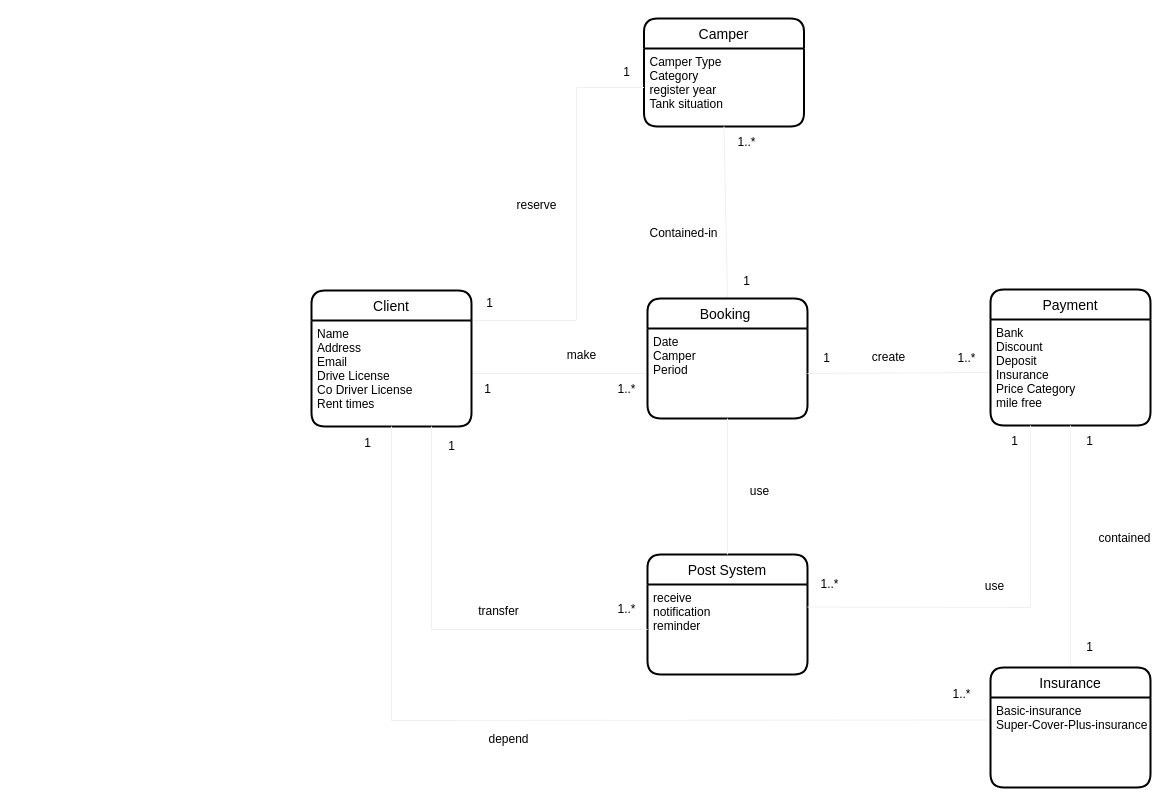
The draw.io diagram Document/Diagram/DomainModel.drawio in Fei-D20/The_Autocamper_rental_business, before the edit. Source tidied: cells renumbered, new cells numbered last; positions are measured from the earlier drawing's top-left corner, leaving out a move shared by most shapes. Both pictures are drawn from the tidied source at 100%, with x=0, y=0 at pixel (311, 18).
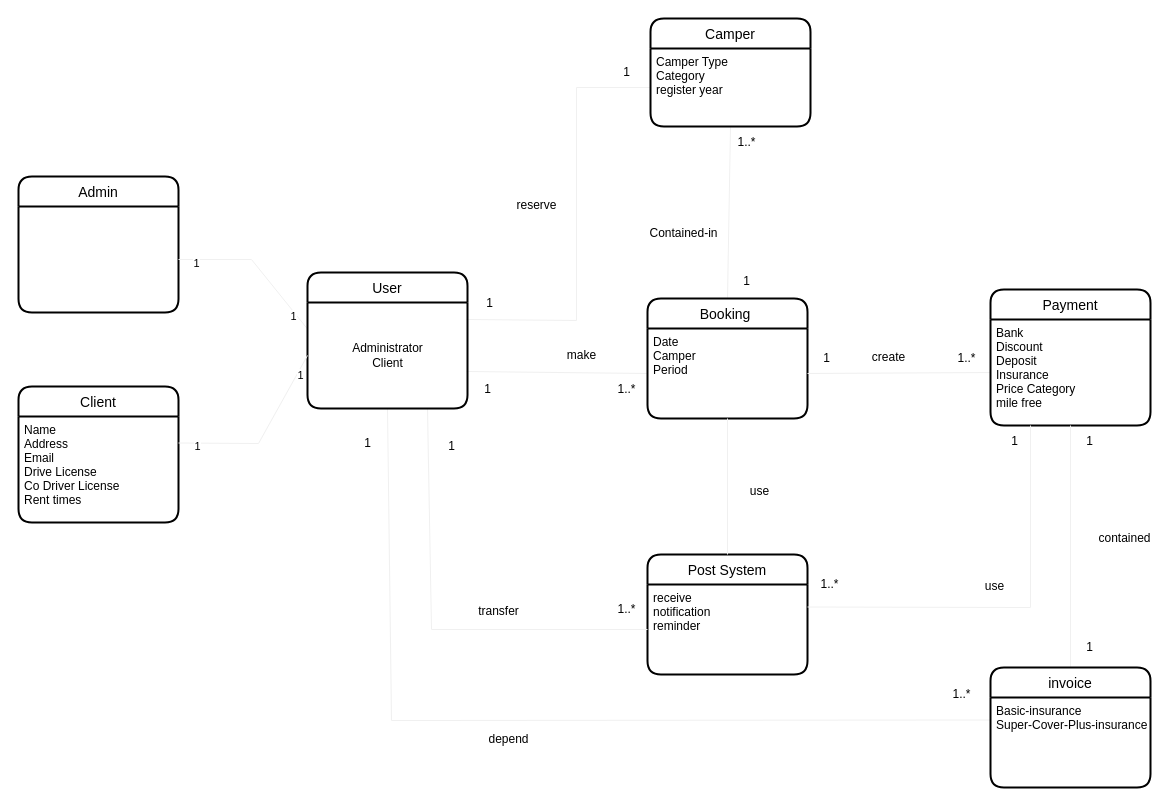
Above is the later version.

Unchanged cells that the change refers to:
```xml
<mxCell id="12" value="Date &#10;Camper&#10;Period" style="align=left;strokeColor=none;fillColor=none;spacingLeft=4;fontSize=12;verticalAlign=top;" parent="11" vertex="1">
  <mxGeometry y="30" width="160" height="90" as="geometry" />
</mxCell>
<mxCell id="35" value="receive&#10;notification&#10;reminder&#10;" style="align=left;strokeColor=none;fillColor=none;spacingLeft=4;fontSize=12;verticalAlign=top;" parent="34" vertex="1">
  <mxGeometry y="30" width="160" height="90" as="geometry" />
</mxCell>
<mxCell id="40" value="Basic-insurance&#10;Super-Cover-Plus-insurance" style="align=left;strokeColor=none;fillColor=none;spacingLeft=4;fontSize=12;verticalAlign=top;" parent="39" vertex="1">
  <mxGeometry y="30" width="160" height="90" as="geometry" />
</mxCell>
```

The edit, as a diff of the source:
```diff
@@
-    <mxCell id="3" value="Camper" style="swimlane;horizontal=1;startSize=30;rounded=1;fontSize=14;fontStyle=0;strokeWidth=2;shadow=0;dashed=0;align=center;" parent="1" vertex="1">
-      <mxGeometry x="332.5" width="160" height="108" as="geometry" />
-    </mxCell>
-    <mxCell id="4" value="Camper Type&#10;Category&#10;register year&#10;Tank situation" style="align=left;strokeColor=none;fillColor=none;spacingLeft=4;fontSize=12;verticalAlign=top;" parent="3" vertex="1">
-      <mxGeometry y="30" width="160" height="78" as="geometry" />
-    </mxCell>
@@
-    <mxCell id="7" style="endArrow=none;html=1;rounded=0;strokeColor=#f0f0f0;entryX=1;entryY=0;entryDx=0;entryDy=0;exitX=0;exitY=0.5;exitDx=0;exitDy=0;" parent="1" edge="1" source="4" target="18">
+    <mxCell id="7" style="endArrow=none;html=1;rounded=0;strokeColor=#f0f0f0;entryX=0.994;entryY=0.16;entryDx=0;entryDy=0;exitX=0;exitY=0.5;exitDx=0;exitDy=0;entryPerimeter=0;" parent="1" edge="1" source="4">
       <mxGeometry relative="1" as="geometry">
+        <mxPoint x="155" y="301" as="targetPoint" />
         <Array as="points">
           <mxPoint x="265" y="69" />
           <mxPoint x="265" y="302" />
         </Array>
       </mxGeometry>
     </mxCell>
@@
-    <mxCell id="10" style="endArrow=none;html=1;rounded=0;strokeColor=#f0f0f0;exitX=1;exitY=0.5;exitDx=0;exitDy=0;entryX=0;entryY=0.5;entryDx=0;entryDy=0;" parent="1" edge="1" source="18" target="12">
-      <mxGeometry relative="1" as="geometry" />
+    <mxCell id="10" style="endArrow=none;html=1;rounded=0;strokeColor=#f0f0f0;entryX=0;entryY=0.5;entryDx=0;entryDy=0;exitX=0.994;exitY=0.651;exitDx=0;exitDy=0;exitPerimeter=0;" parent="1" edge="1" target="12">
+      <mxGeometry relative="1" as="geometry">
+        <mxPoint x="155" y="353" as="sourcePoint" />
+      </mxGeometry>
     </mxCell>
@@
-    <mxCell id="17" value="Client" style="swimlane;horizontal=1;startSize=30;rounded=1;fontSize=14;fontStyle=0;strokeWidth=2;shadow=0;dashed=0;align=center;" parent="1" vertex="1">
-      <mxGeometry y="272" width="160" height="136" as="geometry" />
-    </mxCell>
-    <mxCell id="18" value="Name&#10;Address&#10;Email&#10;Drive License &#10;Co Driver License&#10;Rent times" style="align=left;strokeColor=none;fillColor=none;spacingLeft=4;fontSize=12;verticalAlign=top;" parent="17" vertex="1">
-      <mxGeometry y="30" width="160" height="106" as="geometry" />
-    </mxCell>
@@
-    <mxCell id="30" style="endArrow=none;html=1;rounded=0;strokeColor=#f0f0f0;entryX=0.5;entryY=1;entryDx=0;entryDy=0;exitX=0;exitY=0.25;exitDx=0;exitDy=0;" parent="1" edge="1" source="40" target="18">
+    <mxCell id="30" style="endArrow=none;html=1;rounded=0;strokeColor=#f0f0f0;entryX=0.5;entryY=1;entryDx=0;entryDy=0;exitX=0;exitY=0.25;exitDx=0;exitDy=0;" parent="1" edge="1" source="40">
       <mxGeometry relative="1" as="geometry">
+        <mxPoint x="76" y="390" as="targetPoint" />
         <Array as="points">
           <mxPoint x="80" y="702" />
         </Array>
       </mxGeometry>
     </mxCell>
@@
-    <mxCell id="39" value="Insurance" style="swimlane;horizontal=1;startSize=30;rounded=1;fontSize=14;fontStyle=0;strokeWidth=2;shadow=0;dashed=0;align=center;" parent="1" vertex="1">
+    <mxCell id="39" value="invoice" style="swimlane;horizontal=1;startSize=30;rounded=1;fontSize=14;fontStyle=0;strokeWidth=2;shadow=0;dashed=0;align=center;" parent="1" vertex="1">
       <mxGeometry x="679" y="649" width="160" height="120" as="geometry" />
     </mxCell>
@@
-    <mxCell id="44" style="endArrow=none;html=1;rounded=0;strokeColor=#f0f0f0;entryX=0.75;entryY=1;entryDx=0;entryDy=0;exitX=0;exitY=0.5;exitDx=0;exitDy=0;" parent="1" edge="1" source="35" target="18">
+    <mxCell id="44" style="endArrow=none;html=1;rounded=0;strokeColor=#f0f0f0;entryX=0.75;entryY=1;entryDx=0;entryDy=0;exitX=0;exitY=0.5;exitDx=0;exitDy=0;" parent="1" edge="1" source="35">
       <mxGeometry relative="1" as="geometry">
+        <mxPoint x="116" y="390" as="targetPoint" />
         <Array as="points">
           <mxPoint x="120" y="611" />
         </Array>
       </mxGeometry>
     </mxCell>
@@
+    <mxCell id="3" value="Camper" style="swimlane;horizontal=1;startSize=30;rounded=1;fontSize=14;fontStyle=0;strokeWidth=2;shadow=0;dashed=0;align=center;" parent="1" vertex="1">
+      <mxGeometry x="339" width="160" height="108" as="geometry" />
+    </mxCell>
+    <mxCell id="4" value="Camper Type&#10;Category&#10;register year" style="align=left;strokeColor=none;fillColor=none;spacingLeft=4;fontSize=12;verticalAlign=top;" parent="3" vertex="1">
+      <mxGeometry y="30" width="160" height="78" as="geometry" />
+    </mxCell>
+    <mxCell id="48" value="Admin" style="swimlane;horizontal=1;startSize=30;rounded=1;fontSize=14;fontStyle=0;strokeWidth=2;shadow=0;dashed=0;align=center;" parent="1" vertex="1">
+      <mxGeometry x="-293" y="158" width="160" height="136" as="geometry" />
+    </mxCell>
+    <mxCell id="17" value="Client" style="swimlane;horizontal=1;startSize=30;rounded=1;fontSize=14;fontStyle=0;strokeWidth=2;shadow=0;dashed=0;align=center;" parent="1" vertex="1">
+      <mxGeometry x="-293" y="368" width="160" height="136" as="geometry" />
+    </mxCell>
+    <mxCell id="18" value="Name&#10;Address&#10;Email&#10;Drive License &#10;Co Driver License&#10;Rent times" style="align=left;strokeColor=none;fillColor=none;spacingLeft=4;fontSize=12;verticalAlign=top;" parent="17" vertex="1">
+      <mxGeometry y="30" width="160" height="106" as="geometry" />
+    </mxCell>
+    <mxCell id="49" style="endArrow=none;html=1;rounded=0;strokeColor=#f0f0f0;entryX=1;entryY=0.5;entryDx=0;entryDy=0;exitX=0;exitY=0.25;exitDx=0;exitDy=0;" parent="1" edge="1">
+      <mxGeometry relative="1" as="geometry">
+        <mxPoint x="-4" y="310.5" as="sourcePoint" />
+        <mxPoint x="-133" y="241" as="targetPoint" />
+        <Array as="points">
+          <mxPoint x="-60" y="241" />
+        </Array>
+      </mxGeometry>
+    </mxCell>
+    <mxCell id="50" value="1" style="edgeLabel;html=1;align=center;verticalAlign=middle;" parent="49" vertex="1">
+      <mxGeometry x="0.79" y="3" relative="1" as="geometry" />
+    </mxCell>
+    <mxCell id="51" value="1" style="edgeLabel;html=1;align=center;verticalAlign=middle;" parent="49" vertex="1">
+      <mxGeometry x="-0.77" y="3" relative="1" as="geometry" />
+    </mxCell>
+    <mxCell id="52" value="User" style="swimlane;horizontal=1;startSize=30;rounded=1;fontSize=14;fontStyle=0;strokeWidth=2;shadow=0;dashed=0;align=center;" parent="1" vertex="1">
+      <mxGeometry x="-4" y="254" width="160" height="136" as="geometry" />
+    </mxCell>
+    <mxCell id="53" value="Administrator&lt;br&gt;Client" style="text;html=1;align=center;verticalAlign=middle;" parent="52" vertex="1">
+      <mxGeometry y="30" width="160" height="106" as="geometry" />
+    </mxCell>
+    <mxCell id="54" style="endArrow=none;html=1;rounded=0;strokeColor=#f0f0f0;entryX=1;entryY=0.25;entryDx=0;entryDy=0;exitX=0;exitY=0.5;exitDx=0;exitDy=0;" parent="1" edge="1" target="18">
+      <mxGeometry relative="1" as="geometry">
+        <mxPoint x="-4" y="337" as="sourcePoint" />
+        <Array as="points">
+          <mxPoint x="-53" y="425" />
+        </Array>
+      </mxGeometry>
+    </mxCell>
+    <mxCell id="55" value="1" style="edgeLabel;html=1;align=center;verticalAlign=middle;" parent="54" vertex="1">
+      <mxGeometry x="0.79" y="3" relative="1" as="geometry" />
+    </mxCell>
+    <mxCell id="56" value="1" style="edgeLabel;html=1;align=center;verticalAlign=middle;" parent="54" vertex="1">
+      <mxGeometry x="-0.77" y="3" relative="1" as="geometry" />
+    </mxCell>
```
